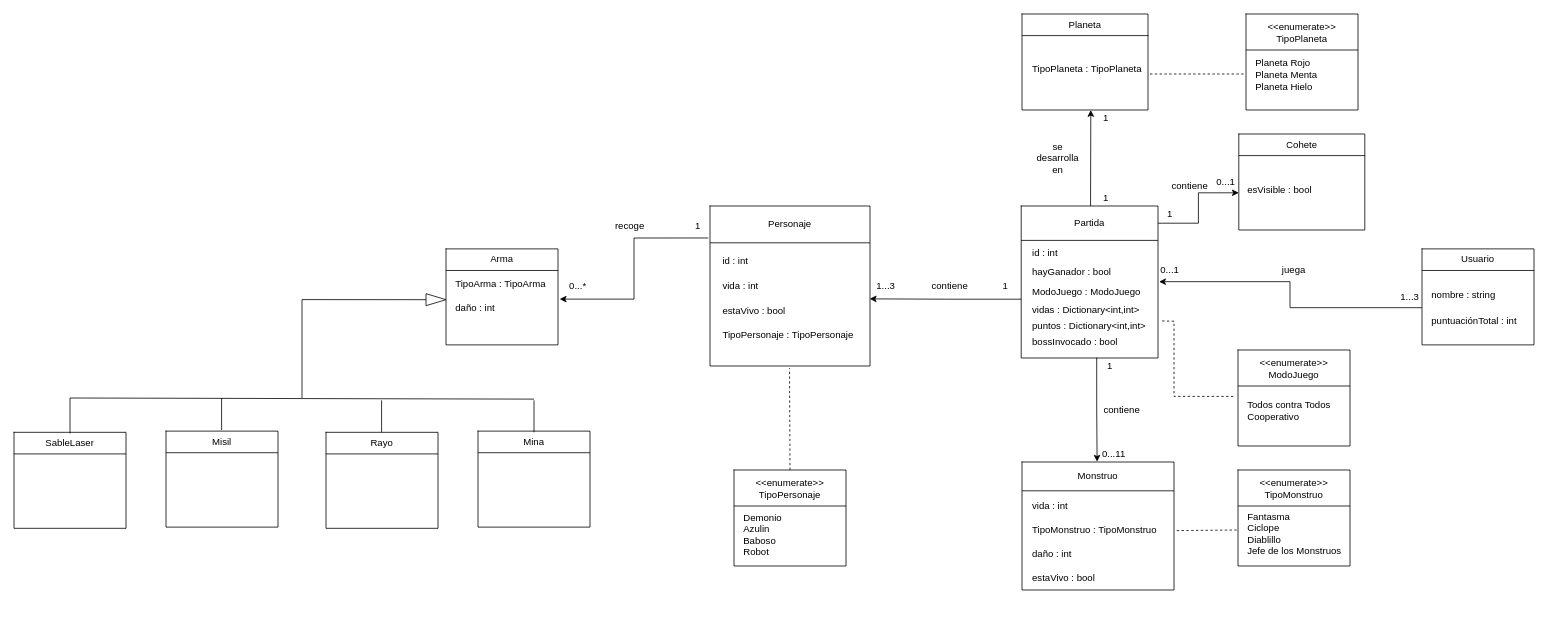
juacasalb/Cosmic-Combat keeps this draw.io diagram as CosmicCombat.drawio. Above is the earlier version. Source tidied: cells renumbered, new cells numbered last; positions are measured from the earlier drawing's top-left corner, leaving out a move shared by most shapes. Both pictures are drawn from the tidied source at 80%, with x=0, y=0 at pixel (14, 14).
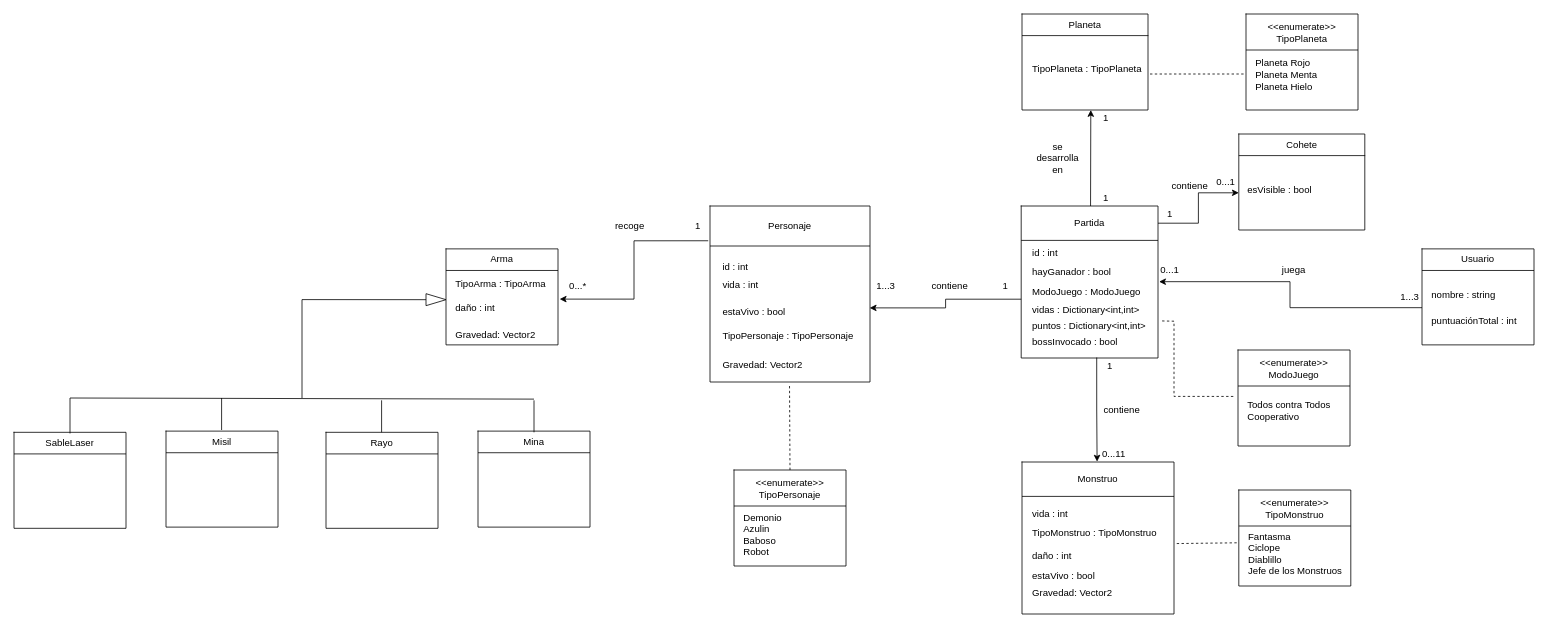
The same diagram, later.

The change refers to these unchanged cells:
```xml
<mxCell id="74" style="shape=tableRow;horizontal=0;startSize=0;swimlaneHead=0;swimlaneBody=0;strokeColor=inherit;top=0;left=0;bottom=0;right=0;fillColor=none;points=[[0,0.5],[1,0.5]];portConstraint=eastwest;" parent="71" vertex="1">
  <mxGeometry y="45" width="140" height="75" as="geometry" />
</mxCell>
<mxCell id="97" style="group;" parent="1" vertex="1">
  <mxGeometry x="540" y="293.6" width="140" height="120" as="geometry" />
</mxCell>
```

Diff of the diagram source:
```diff
@@
     <mxCell id="2" style="group;" parent="1" vertex="1">
-      <mxGeometry x="870" y="240" width="200" height="200" as="geometry" />
+      <mxGeometry x="870" y="240" width="200" height="220" as="geometry" />
     </mxCell>
     <mxCell id="3" style="shape=table;startSize=0;childLayout=tableLayout;" parent="2" vertex="1">
-      <mxGeometry width="200" height="200" as="geometry" />
+      <mxGeometry width="200" height="220" as="geometry" />
     </mxCell>
     <mxCell id="4" style="shape=tableRow;horizontal=0;startSize=0;swimlaneHead=0;swimlaneBody=0;strokeColor=inherit;top=0;left=0;bottom=0;right=0;fillColor=none;points=[[0,0.5],[1,0.5]];portConstraint=eastwest;" parent="3" vertex="1">
-      <mxGeometry width="200" height="46" as="geometry" />
+      <mxGeometry width="200" height="50" as="geometry" />
     </mxCell>
     <mxCell id="5" value="Personaje" style="shape=partialRectangle;html=1;whiteSpace=wrap;strokeColor=inherit;overflow=hidden;fillColor=none;top=0;left=0;bottom=0;right=0;" parent="4" vertex="1">
-      <mxGeometry width="200" height="46" as="geometry" />
+      <mxGeometry width="200" height="50" as="geometry" />
     </mxCell>
     <mxCell id="6" style="shape=tableRow;horizontal=0;startSize=0;swimlaneHead=0;swimlaneBody=0;strokeColor=inherit;top=0;left=0;bottom=0;right=0;fillColor=none;points=[[0,0.5],[1,0.5]];portConstraint=eastwest;" parent="3" vertex="1">
-      <mxGeometry y="46" width="200" height="154" as="geometry" />
+      <mxGeometry y="50" width="200" height="170" as="geometry" />
     </mxCell>
     <mxCell id="7" style="shape=partialRectangle;html=1;whiteSpace=wrap;strokeColor=inherit;overflow=hidden;fillColor=none;top=0;left=0;bottom=0;right=0;" parent="6" vertex="1">
-      <mxGeometry width="200" height="154" as="geometry" />
+      <mxGeometry width="200" height="170" as="geometry" />
     </mxCell>
     <mxCell id="8" value="estaVivo : bool" style="text;html=1;strokeColor=none;fillColor=none;align=left;verticalAlign=middle;whiteSpace=wrap;rounded=0;" parent="2" vertex="1">
-      <mxGeometry x="14.3" y="120" width="171.4" height="23.6" as="geometry" />
+      <mxGeometry x="14.3" y="120" width="171.4" height="26" as="geometry" />
     </mxCell>
     <mxCell id="9" value="id : int" style="text;html=1;strokeColor=none;fillColor=none;align=left;verticalAlign=middle;whiteSpace=wrap;rounded=0;" parent="2" vertex="1">
-      <mxGeometry x="14.3" y="60" width="171.4" height="18.4" as="geometry" />
+      <mxGeometry x="14.3" y="66" width="171.4" height="20.3" as="geometry" />
     </mxCell>
     <mxCell id="10" value="TipoPersonaje : TipoPersonaje" style="text;html=1;strokeColor=none;fillColor=none;align=left;verticalAlign=middle;whiteSpace=wrap;rounded=0;" parent="2" vertex="1">
-      <mxGeometry x="14.3" y="150" width="171.4" height="23.6" as="geometry" />
+      <mxGeometry x="14.3" y="150" width="171.4" height="26" as="geometry" />
     </mxCell>
     <mxCell id="11" value="vida : int" style="text;html=1;strokeColor=none;fillColor=none;align=left;verticalAlign=middle;whiteSpace=wrap;rounded=0;" parent="2" vertex="1">
-      <mxGeometry x="14.3" y="88.2" width="171.4" height="23.6" as="geometry" />
+      <mxGeometry x="14.3" y="86.3" width="171.4" height="26" as="geometry" />
     </mxCell>
+    <mxCell id="152" value="Gravedad: Vector2" style="text;html=1;strokeColor=none;fillColor=none;align=left;verticalAlign=middle;whiteSpace=wrap;rounded=0;" parent="2" vertex="1">
+      <mxGeometry x="14.3" y="186" width="171.4" height="26" as="geometry" />
+    </mxCell>
@@
     <mxCell id="39" style="group;" parent="1" vertex="1">
-      <mxGeometry x="1260" y="560" width="190" height="160" as="geometry" />
+      <mxGeometry x="1260" y="560" width="190" height="190" as="geometry" />
     </mxCell>
     <mxCell id="40" style="shape=table;startSize=0;childLayout=tableLayout;" parent="39" vertex="1">
-      <mxGeometry width="190" height="160" as="geometry" />
+      <mxGeometry width="190" height="190" as="geometry" />
     </mxCell>
     <mxCell id="41" style="shape=tableRow;horizontal=0;startSize=0;swimlaneHead=0;swimlaneBody=0;strokeColor=inherit;top=0;left=0;bottom=0;right=0;fillColor=none;points=[[0,0.5],[1,0.5]];portConstraint=eastwest;" parent="40" vertex="1">
-      <mxGeometry width="190" height="36" as="geometry" />
+      <mxGeometry width="190" height="43" as="geometry" />
     </mxCell>
     <mxCell id="42" value="Monstruo" style="shape=partialRectangle;html=1;whiteSpace=wrap;strokeColor=inherit;overflow=hidden;fillColor=none;top=0;left=0;bottom=0;right=0;" parent="41" vertex="1">
-      <mxGeometry width="190" height="36" as="geometry" />
+      <mxGeometry width="190" height="43" as="geometry" />
     </mxCell>
     <mxCell id="43" style="shape=tableRow;horizontal=0;startSize=0;swimlaneHead=0;swimlaneBody=0;strokeColor=inherit;top=0;left=0;bottom=0;right=0;fillColor=none;points=[[0,0.5],[1,0.5]];portConstraint=eastwest;" parent="40" vertex="1">
-      <mxGeometry y="36" width="190" height="124" as="geometry" />
+      <mxGeometry y="43" width="190" height="147" as="geometry" />
     </mxCell>
     <mxCell id="44" style="shape=partialRectangle;html=1;whiteSpace=wrap;strokeColor=inherit;overflow=hidden;fillColor=none;top=0;left=0;bottom=0;right=0;" parent="43" vertex="1">
-      <mxGeometry width="190" height="124" as="geometry" />
+      <mxGeometry width="190" height="147" as="geometry" />
     </mxCell>
     <mxCell id="45" value="vida : int" style="text;html=1;strokeColor=none;fillColor=none;align=left;verticalAlign=middle;whiteSpace=wrap;rounded=0;" parent="39" vertex="1">
-      <mxGeometry x="11.2" y="40" width="134.1" height="30" as="geometry" />
+      <mxGeometry x="11.2" y="47.5" width="134.1" height="35.6" as="geometry" />
     </mxCell>
     <mxCell id="46" value="TipoMonstruo : TipoMonstruo" style="text;html=1;strokeColor=none;fillColor=none;align=left;verticalAlign=middle;whiteSpace=wrap;rounded=0;" parent="39" vertex="1">
-      <mxGeometry x="11.2" y="70" width="167.6" height="30" as="geometry" />
+      <mxGeometry x="11.2" y="77.2" width="167.7" height="22.8" as="geometry" />
     </mxCell>
     <mxCell id="47" value="estaVivo : bool" style="text;html=1;strokeColor=none;fillColor=none;align=left;verticalAlign=middle;whiteSpace=wrap;rounded=0;" parent="39" vertex="1">
-      <mxGeometry x="11.2" y="130" width="134.1" height="30" as="geometry" />
+      <mxGeometry x="11.2" y="131.7" width="134.1" height="21.6" as="geometry" />
     </mxCell>
     <mxCell id="48" value="daño : int" style="text;html=1;strokeColor=none;fillColor=none;align=left;verticalAlign=middle;whiteSpace=wrap;rounded=0;" parent="39" vertex="1">
-      <mxGeometry x="11.2" y="100" width="167.6" height="30" as="geometry" />
+      <mxGeometry x="11.2" y="104.5" width="167.7" height="27.2" as="geometry" />
     </mxCell>
+    <mxCell id="153" value="Gravedad: Vector2" style="text;html=1;strokeColor=none;fillColor=none;align=left;verticalAlign=middle;whiteSpace=wrap;rounded=0;" parent="39" vertex="1">
+      <mxGeometry x="11.2" y="153.3" width="134.1" height="21.6" as="geometry" />
+    </mxCell>
@@
     <mxCell id="70" style="group;" parent="1" vertex="1">
-      <mxGeometry x="1530" y="570" width="140" height="120" as="geometry" />
+      <mxGeometry x="1531" y="595" width="140" height="120" as="geometry" />
     </mxCell>
@@
-    <mxCell id="77" style="endArrow=none;html=1;rounded=0;exitX=1.018;exitY=0.401;exitDx=0;exitDy=0;exitPerimeter=0;dashed=1;" parent="1" edge="1" source="43">
-      <mxGeometry relative="1" as="geometry">
-        <mxPoint x="1530" y="645" as="targetPoint" />
-      </mxGeometry>
+    <mxCell id="77" style="endArrow=none;html=1;rounded=0;exitX=1.018;exitY=0.401;exitDx=0;exitDy=0;exitPerimeter=0;dashed=1;entryX=-0.014;entryY=0.28;entryDx=0;entryDy=0;entryPerimeter=0;" parent="1" edge="1" source="43" target="74">
+      <mxGeometry relative="1" as="geometry" />
     </mxCell>
@@
+    <mxCell id="154" value="Gravedad: Vector2" style="text;html=1;strokeColor=none;fillColor=none;align=left;verticalAlign=middle;whiteSpace=wrap;rounded=0;" parent="97" vertex="1">
+      <mxGeometry x="10" y="96.4" width="120" height="22.5" as="geometry" />
+    </mxCell>
```
